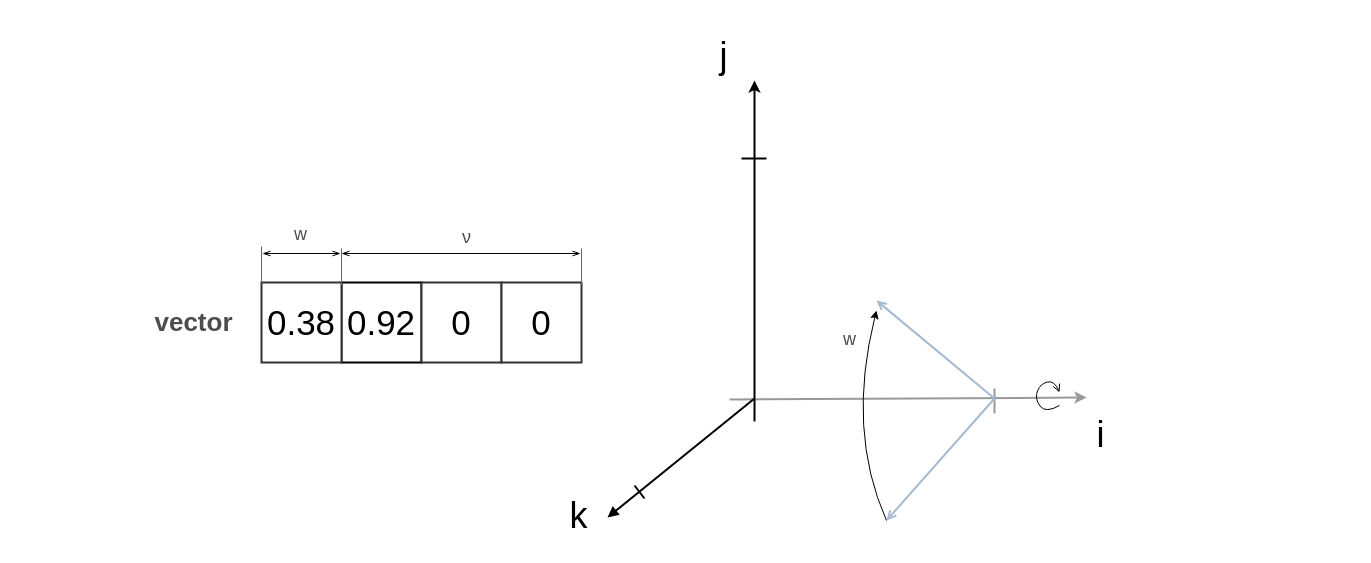
The draw.io diagram page "3dQuat" (17 of 17) of doc/img/MathModels.drawio in Wandalen/wMathModels, before the edit. Source tidied: cells renumbered, new cells numbered last; positions are measured from the earlier drawing's top-left corner, leaving out a move shared by most shapes. Both pictures are drawn from the tidied source at 100%, with x=0, y=0 at pixel (17, 17).
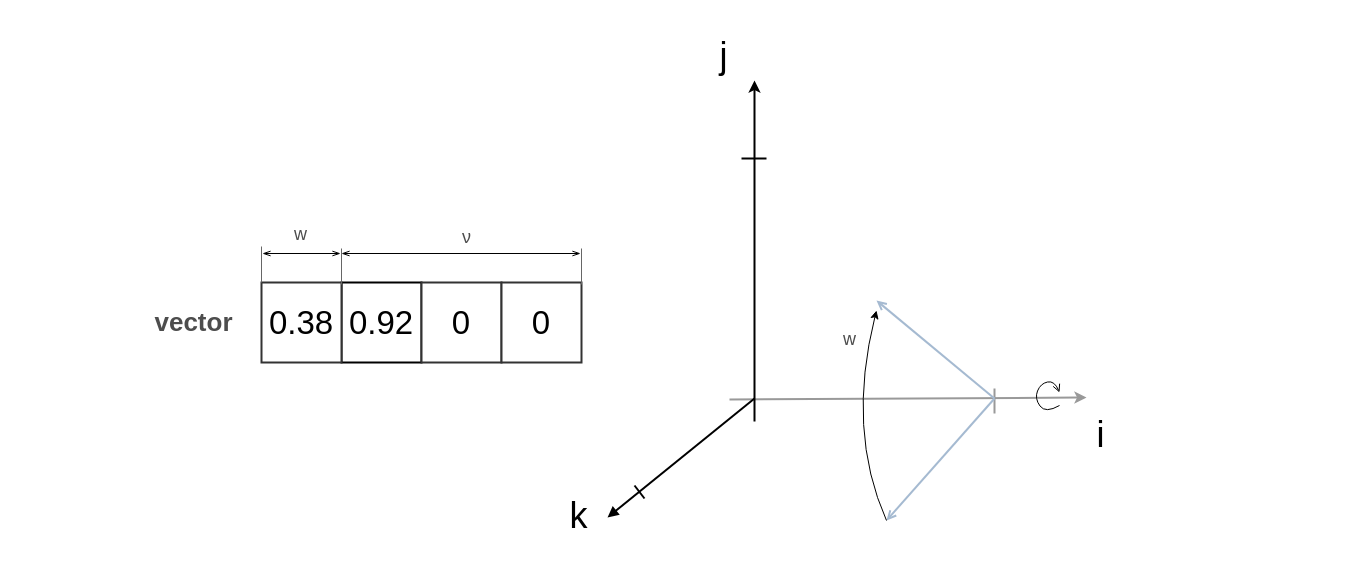
Above is the later version.

What changed in the source:
```diff
@@
-    <mxCell id="3" value="0.92" style="whiteSpace=wrap;html=1;strokeWidth=2;fontSize=35;strokeColor=#000000;fillColor=#FFFFFF;" parent="1" vertex="1">
+    <mxCell id="3" value="0.92" style="whiteSpace=wrap;html=1;strokeWidth=2;fontSize=33;strokeColor=#000000;fillColor=#FFFFFF;" parent="1" vertex="1">
       <mxGeometry x="324" y="265" width="80" height="80" as="geometry" />
     </mxCell>
-    <mxCell id="4" value="0" style="whiteSpace=wrap;html=1;strokeWidth=2;fontSize=35;fillColor=#FFFFFF;strokeColor=#333333;" parent="1" vertex="1">
+    <mxCell id="4" value="0" style="whiteSpace=wrap;html=1;strokeWidth=2;fontSize=33;fillColor=#FFFFFF;strokeColor=#333333;" parent="1" vertex="1">
       <mxGeometry x="404" y="265" width="80" height="80" as="geometry" />
     </mxCell>
-    <mxCell id="5" value="0" style="whiteSpace=wrap;html=1;strokeWidth=2;fontSize=35;strokeColor=#333333;fillColor=#FFFFFF;" parent="1" vertex="1">
+    <mxCell id="5" value="0" style="whiteSpace=wrap;html=1;strokeWidth=2;fontSize=33;strokeColor=#333333;fillColor=#FFFFFF;" parent="1" vertex="1">
       <mxGeometry x="484" y="265" width="80" height="80" as="geometry" />
     </mxCell>
@@
-    <mxCell id="7" value="0.38" style="whiteSpace=wrap;html=1;strokeWidth=2;fontSize=35;fillColor=#FFFFFF;strokeColor=#333333;" parent="1" vertex="1">
+    <mxCell id="7" value="0.38" style="whiteSpace=wrap;html=1;strokeWidth=2;fontSize=33;fillColor=#FFFFFF;strokeColor=#333333;" parent="1" vertex="1">
       <mxGeometry x="244" y="265" width="80" height="80" as="geometry" />
     </mxCell>
```
